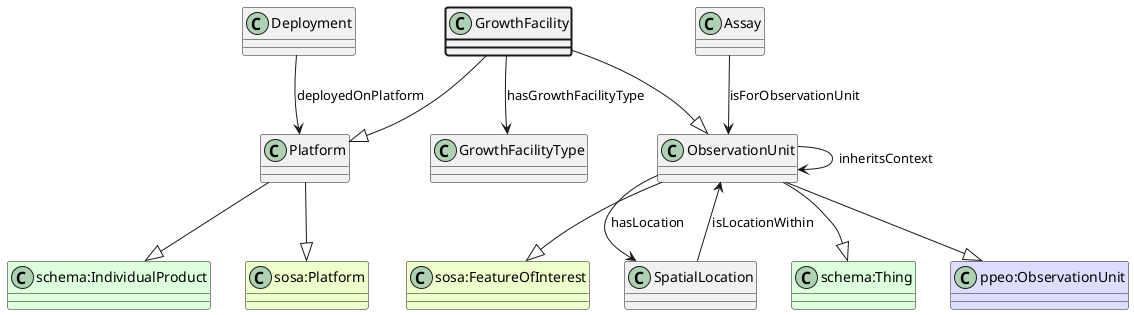
Before: ttl_uml/ttl_appn_GrowthFacility.png, a diagram exported from PlantUML (aus-plant-phenomics-network/appn-schema).
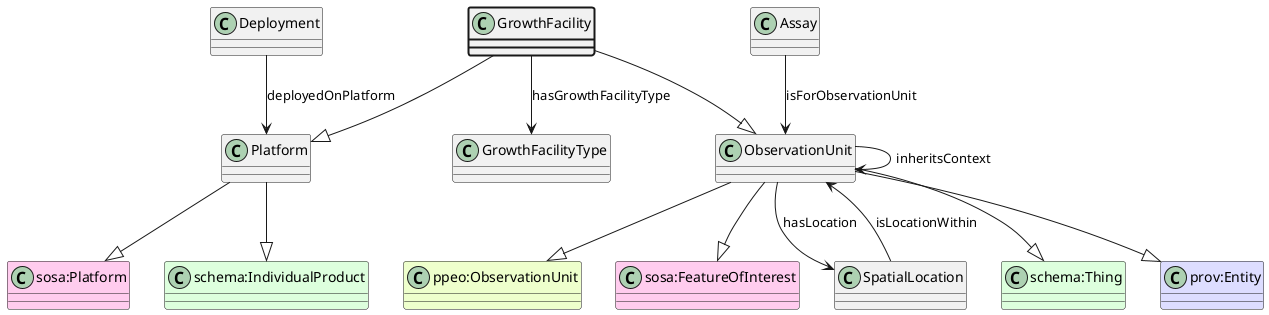
The same diagram one commit later.

Diff of the diagram source:
```diff
@@ -1,7 +1,7 @@
 @startuml
 class GrowthFacility  #line.bold
 class Platform
-class "sosa:Platform" #EEFFCC
+class "sosa:Platform" #FFCCEE
 Platform --|> "sosa:Platform"
 class "schema:IndividualProduct" #DDFFDD
 Platform --|> "schema:IndividualProduct"
@@ -9,9 +9,11 @@
 class ObservationUnit
 class "schema:Thing" #DDFFDD
 ObservationUnit --|> "schema:Thing"
-class "ppeo:ObservationUnit" #DDDDFF
+class "prov:Entity" #DDDDFF
+ObservationUnit --|> "prov:Entity"
+class "ppeo:ObservationUnit" #EEFFCC
 ObservationUnit --|> "ppeo:ObservationUnit"
-class "sosa:FeatureOfInterest" #EEFFCC
+class "sosa:FeatureOfInterest" #FFCCEE
 ObservationUnit --|> "sosa:FeatureOfInterest"
 GrowthFacility --|> ObservationUnit
 class GrowthFacilityType
```
